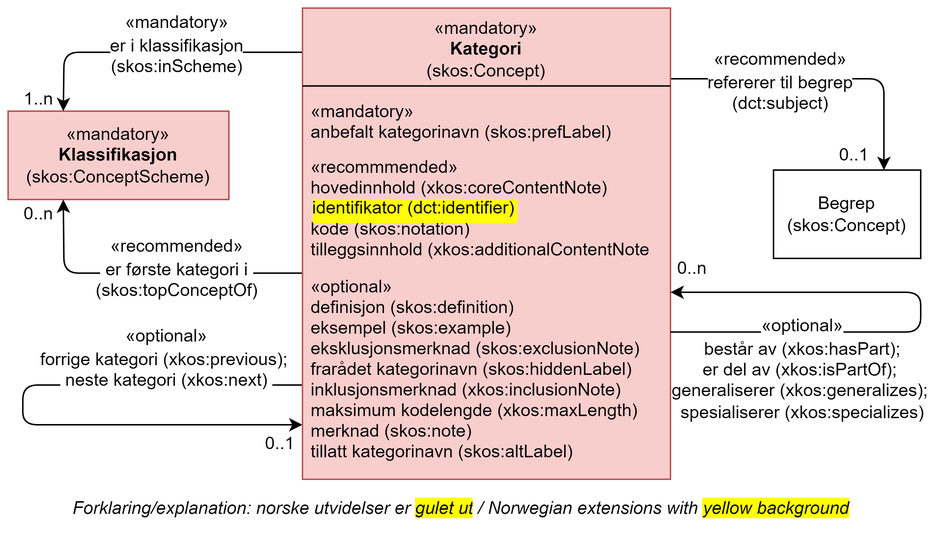
Above: docs/images/KlassenKategori.png in Informasjonsforvaltning/xkos-ap-no (draw.io), before the change. Source tidied: cells renumbered, new cells last; positions are measured from the earlier drawing's top-left corner, leaving out a move shared by most shapes.
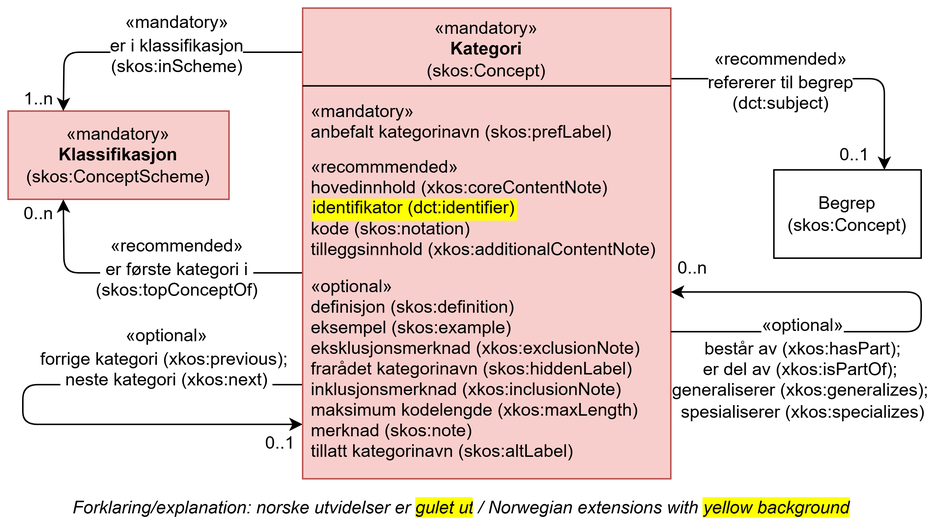
After the commit.

Change to the diagram source:
```diff
@@ -79,9 +79,9 @@
       <mxGeometry y="56.7" width="250" height="37.8" as="geometry" />
     </mxCell>
     <mxCell id="20" value="«recommmended»&#10;hovedinnhold (xkos:coreContentNote)&#10; &#10;kode (skos:notation)&#10;tilleggsinnhold (xkos:additionalContentNote)&#10;" style="text;strokeColor=none;fillColor=none;align=left;verticalAlign=top;spacingLeft=4;spacingRight=4;overflow=hidden;fontFamily=Helvetica;fontSize=12;" parent="16" vertex="1">
-      <mxGeometry y="94.4" width="240" height="94.4" as="geometry" />
+      <mxGeometry y="94.4" width="250" height="94.4" as="geometry" />
     </mxCell>
-    <mxCell id="21" value="«optional»&#10;definisjon (skos:definition)&#10;eksempel (skos:example)&#10;eksklusjonsmerknad (skos:exclusionNote)&#10;frarådet kategorinavn (skos:hiddenLabel)&#10;inklusjonsmerknad (xkos:inclusionNote)&#10;maksimum kodelengde (xkos:maxLength) &#10;merknad (skos:note) &#10;tillatt kategorinavn (skos:altLabel)" style="text;strokeColor=none;fillColor=none;align=left;verticalAlign=top;spacingLeft=4;spacingRight=4;overflow=hidden;fontFamily=Helvetica;fontSize=12;" parent="16" vertex="1">
+    <mxCell id="21" value="«optional»&#10;definisjon (skos:definition)&#10;eksempel (skos:example)&#10;eksklusjonsmerknad (xkos:exclusionNote)&#10;frarådet kategorinavn (skos:hiddenLabel)&#10;inklusjonsmerknad (xkos:inclusionNote)&#10;maksimum kodelengde (xkos:maxLength) &#10;merknad (skos:note) &#10;tillatt kategorinavn (skos:altLabel)" style="text;strokeColor=none;fillColor=none;align=left;verticalAlign=top;spacingLeft=4;spacingRight=4;overflow=hidden;fontFamily=Helvetica;fontSize=12;" parent="16" vertex="1">
       <mxGeometry y="175.7" width="240" height="134.3" as="geometry" />
     </mxCell>
     <mxCell id="22" value="identifikator (dct:identifier)" style="text;strokeColor=none;fillColor=none;align=left;verticalAlign=top;spacingLeft=4;spacingRight=4;overflow=hidden;labelBackgroundColor=#FFFF00;" parent="16" vertex="1">
```
